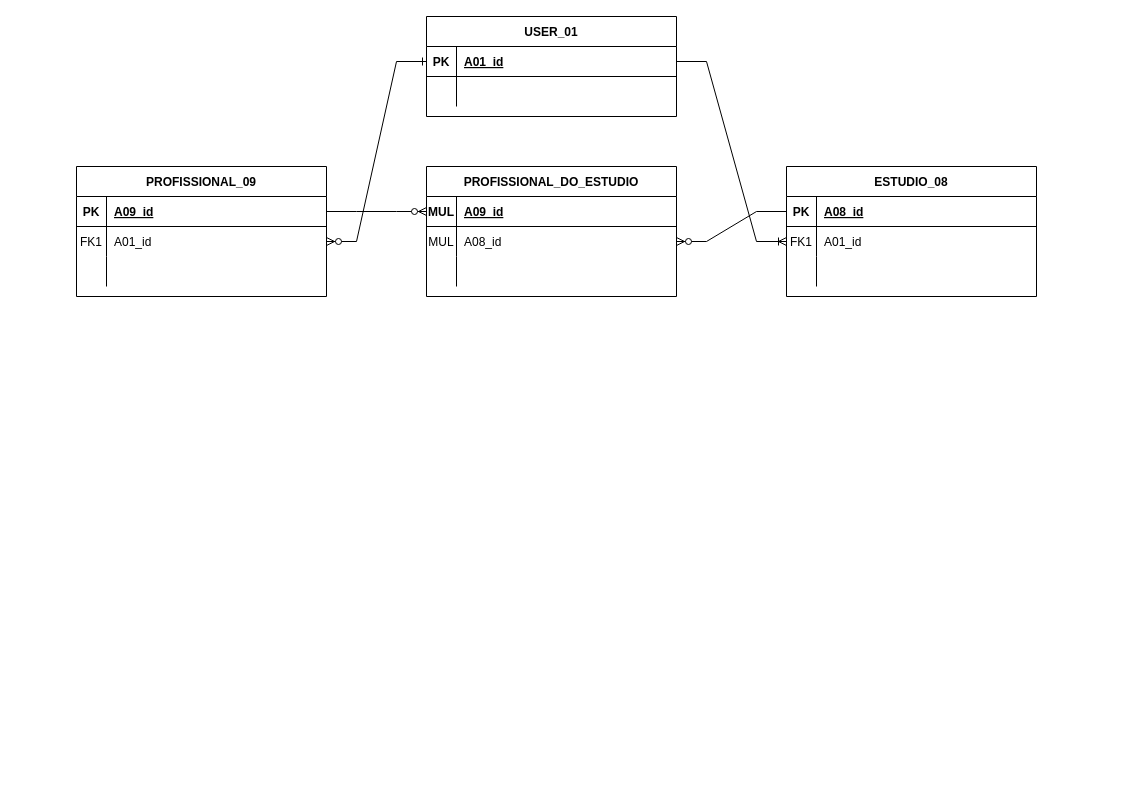
Earlier version of the draw.io diagram requirements/Diagrama ER TattooManager.drawio (PedroMerinoDev/tattoo_manager). Source tidied: cells renumbered, new cells numbered last; positions are measured from the earlier drawing's top-left corner, leaving out a move shared by most shapes. Both pictures are drawn from the tidied source at 100%, with x=0, y=0 at pixel (76, 16).
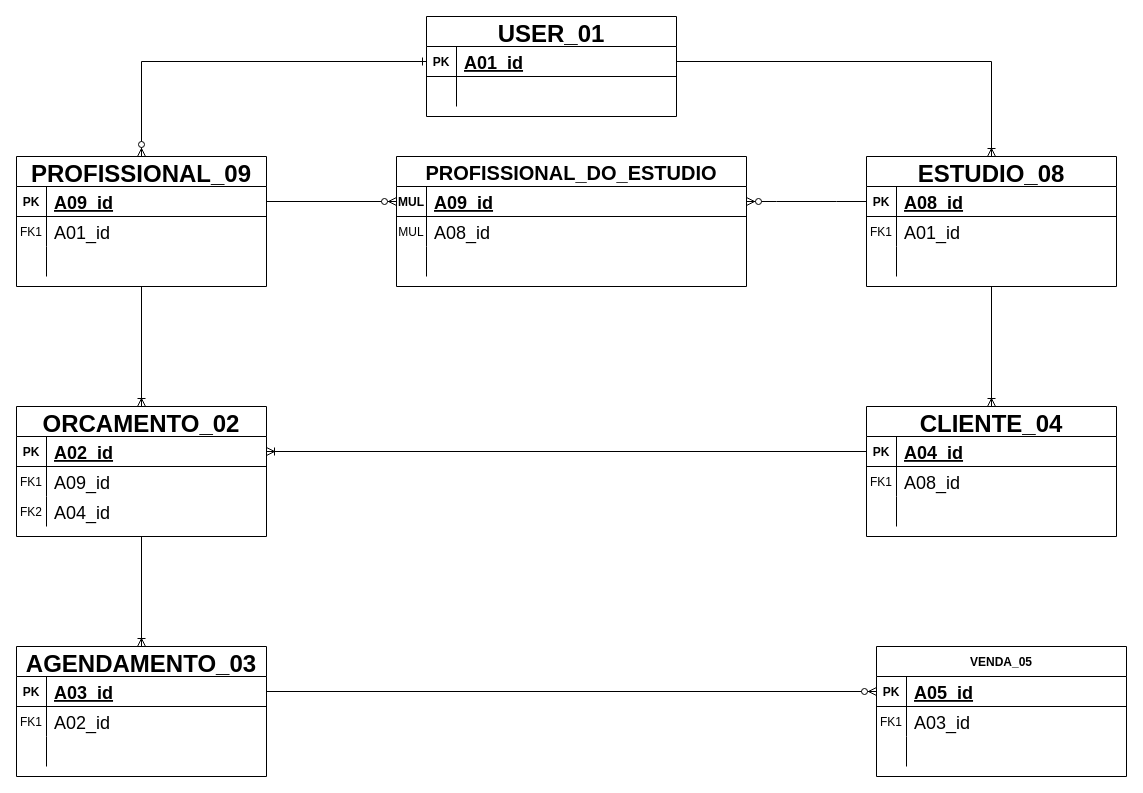
The same page after the edit.

The change refers to these unchanged cells:
```xml
<mxCell id="4" style="shape=partialRectangle;fillColor=none;points=[[0,0.5],[1,0.5]];portConstraint=eastwest;top=0;left=0;right=0;bottom=1;labelBackgroundColor=none;rounded=0;" parent="3" vertex="1">
  <mxGeometry y="30" width="250" height="30" as="geometry" />
</mxCell>
<mxCell id="7" style="shape=partialRectangle;fillColor=none;points=[[0,0.5],[1,0.5]];portConstraint=eastwest;top=0;left=0;right=0;bottom=0;labelBackgroundColor=none;rounded=0;" parent="3" vertex="1">
  <mxGeometry y="60" width="250" height="30" as="geometry" />
</mxCell>
<mxCell id="24" style="shape=partialRectangle;fillColor=none;points=[[0,0.5],[1,0.5]];portConstraint=eastwest;top=0;left=0;right=0;bottom=1;labelBackgroundColor=none;rounded=0;" parent="23" vertex="1">
  <mxGeometry y="30" width="250" height="30" as="geometry" />
</mxCell>
<mxCell id="32" style="shape=partialRectangle;fillColor=none;points=[[0,0.5],[1,0.5]];portConstraint=eastwest;top=0;left=0;right=0;bottom=1;labelBackgroundColor=none;rounded=0;" parent="31" vertex="1">
  <mxGeometry y="30" width="250" height="30" as="geometry" />
</mxCell>
<mxCell id="35" style="shape=partialRectangle;fillColor=none;points=[[0,0.5],[1,0.5]];portConstraint=eastwest;top=0;left=0;right=0;bottom=0;labelBackgroundColor=none;rounded=0;" parent="31" vertex="1">
  <mxGeometry y="60" width="250" height="30" as="geometry" />
</mxCell>
```

What changed in the source:
```diff
@@
-    <mxCell id="2" style="edgeStyle=entityRelationEdgeStyle;endArrow=ERzeroToMany;startArrow=ERone;endFill=1;startFill=0;labelBackgroundColor=none;fontColor=default;rounded=0;" parent="1" edge="1" source="24" target="7">
-      <mxGeometry relative="1" as="geometry">
-        <Array as="points">
-          <mxPoint x="300" y="140" />
-        </Array>
-      </mxGeometry>
+    <mxCell id="2" style="edgeStyle=orthogonalEdgeStyle;endArrow=ERzeroToMany;startArrow=ERone;endFill=1;startFill=0;labelBackgroundColor=none;fontColor=default;rounded=0;entryX=0.5;entryY=0;entryDx=0;entryDy=0;" parent="1" edge="1" source="24" target="3">
+      <mxGeometry relative="1" as="geometry" />
     </mxCell>
-    <mxCell id="3" value="PROFISSIONAL_09" style="shape=table;startSize=30;childLayout=tableLayout;rowLines=0;fontStyle=1;align=center;labelBackgroundColor=none;rounded=0;" parent="1" vertex="1">
-      <mxGeometry y="150" width="250" height="130" as="geometry" />
+    <mxCell id="3" value="PROFISSIONAL_09" style="shape=table;startSize=30;childLayout=tableLayout;rowLines=0;fontStyle=1;align=center;labelBackgroundColor=none;rounded=0;fontSize=24;" parent="1" vertex="1">
+      <mxGeometry x="-60" y="140" width="250" height="130" as="geometry" />
     </mxCell>
@@
-    <mxCell id="6" value="A09_id" style="shape=partialRectangle;overflow=hidden;fillColor=none;top=0;left=0;bottom=0;right=0;align=left;spacingLeft=6;fontStyle=5;labelBackgroundColor=none;rounded=0;" parent="4" vertex="1">
+    <mxCell id="6" value="A09_id" style="shape=partialRectangle;overflow=hidden;fillColor=none;top=0;left=0;bottom=0;right=0;align=left;spacingLeft=6;fontStyle=5;labelBackgroundColor=none;rounded=0;fontSize=18;" parent="4" vertex="1">
       <mxGeometry x="30" width="220" height="30" as="geometry" />
     </mxCell>
@@
-    <mxCell id="9" value="A01_id" style="shape=partialRectangle;overflow=hidden;fillColor=none;top=0;left=0;bottom=0;right=0;align=left;spacingLeft=6;labelBackgroundColor=none;rounded=0;" parent="7" vertex="1">
+    <mxCell id="9" value="A01_id" style="shape=partialRectangle;overflow=hidden;fillColor=none;top=0;left=0;bottom=0;right=0;align=left;spacingLeft=6;labelBackgroundColor=none;rounded=0;fontSize=18;" parent="7" vertex="1">
       <mxGeometry x="30" width="220" height="30" as="geometry" />
     </mxCell>
@@
-    <mxCell id="13" value="PROFISSIONAL_DO_ESTUDIO" style="shape=table;startSize=30;childLayout=tableLayout;rowLines=0;fontStyle=1;align=center;labelBackgroundColor=none;rounded=0;" parent="1" vertex="1">
-      <mxGeometry x="350" y="150" width="250" height="130" as="geometry" />
+    <mxCell id="13" value="PROFISSIONAL_DO_ESTUDIO" style="shape=table;startSize=30;childLayout=tableLayout;rowLines=0;fontStyle=1;align=center;labelBackgroundColor=none;rounded=0;fontSize=20;" parent="1" vertex="1">
+      <mxGeometry x="320" y="140" width="350" height="130" as="geometry" />
     </mxCell>
     <mxCell id="14" style="shape=partialRectangle;fillColor=none;points=[[0,0.5],[1,0.5]];portConstraint=eastwest;top=0;left=0;right=0;bottom=1;labelBackgroundColor=none;rounded=0;" parent="13" vertex="1">
-      <mxGeometry y="30" width="250" height="30" as="geometry" />
+      <mxGeometry y="30" width="350" height="30" as="geometry" />
     </mxCell>
@@
-    <mxCell id="16" value="A09_id" style="shape=partialRectangle;overflow=hidden;fillColor=none;top=0;left=0;bottom=0;right=0;align=left;spacingLeft=6;fontStyle=5;labelBackgroundColor=none;rounded=0;" parent="14" vertex="1">
-      <mxGeometry x="30" width="220" height="30" as="geometry" />
+    <mxCell id="16" value="A09_id" style="shape=partialRectangle;overflow=hidden;fillColor=none;top=0;left=0;bottom=0;right=0;align=left;spacingLeft=6;fontStyle=5;labelBackgroundColor=none;rounded=0;fontSize=18;" parent="14" vertex="1">
+      <mxGeometry x="30" width="320" height="30" as="geometry" />
     </mxCell>
     <mxCell id="17" style="shape=partialRectangle;fillColor=none;points=[[0,0.5],[1,0.5]];portConstraint=eastwest;top=0;left=0;right=0;bottom=0;labelBackgroundColor=none;rounded=0;" parent="13" vertex="1">
-      <mxGeometry y="60" width="250" height="30" as="geometry" />
+      <mxGeometry y="60" width="350" height="30" as="geometry" />
     </mxCell>
@@
-    <mxCell id="19" value="A08_id" style="shape=partialRectangle;overflow=hidden;fillColor=none;top=0;left=0;bottom=0;right=0;align=left;spacingLeft=6;labelBackgroundColor=none;rounded=0;" parent="17" vertex="1">
-      <mxGeometry x="30" width="220" height="30" as="geometry" />
+    <mxCell id="19" value="A08_id" style="shape=partialRectangle;overflow=hidden;fillColor=none;top=0;left=0;bottom=0;right=0;align=left;spacingLeft=6;labelBackgroundColor=none;rounded=0;fontSize=18;" parent="17" vertex="1">
+      <mxGeometry x="30" width="320" height="30" as="geometry" />
     </mxCell>
     <mxCell id="20" style="shape=partialRectangle;fillColor=none;top=0;left=0;right=0;bottom=0;labelBackgroundColor=none;rounded=0;" parent="13" vertex="1">
-      <mxGeometry y="90" width="250" height="30" as="geometry" />
+      <mxGeometry y="90" width="350" height="30" as="geometry" />
     </mxCell>
@@
     <mxCell id="22" style="shape=partialRectangle;overflow=hidden;fillColor=none;top=0;left=0;bottom=0;right=0;align=left;spacingLeft=6;labelBackgroundColor=none;rounded=0;" parent="20" vertex="1">
-      <mxGeometry x="30" width="220" height="30" as="geometry" />
+      <mxGeometry x="30" width="320" height="30" as="geometry" />
     </mxCell>
-    <mxCell id="23" value="USER_01" style="shape=table;startSize=30;childLayout=tableLayout;rowLines=0;fontStyle=1;align=center;labelBackgroundColor=none;rounded=0;" parent="1" vertex="1">
+    <mxCell id="23" value="USER_01" style="shape=table;startSize=30;childLayout=tableLayout;rowLines=0;fontStyle=1;align=center;labelBackgroundColor=none;rounded=0;fontSize=24;" parent="1" vertex="1">
       <mxGeometry x="350" width="250" height="100" as="geometry" />
     </mxCell>
@@
-    <mxCell id="26" value="A01_id" style="shape=partialRectangle;overflow=hidden;fillColor=none;top=0;left=0;bottom=0;right=0;align=left;spacingLeft=6;fontStyle=5;labelBackgroundColor=none;rounded=0;" parent="24" vertex="1">
+    <mxCell id="26" value="A01_id" style="shape=partialRectangle;overflow=hidden;fillColor=none;top=0;left=0;bottom=0;right=0;align=left;spacingLeft=6;fontStyle=5;labelBackgroundColor=none;rounded=0;fontSize=18;" parent="24" vertex="1">
       <mxGeometry x="30" width="220" height="30" as="geometry" />
     </mxCell>
@@
-    <mxCell id="30" style="edgeStyle=entityRelationEdgeStyle;fontSize=12;html=1;endArrow=ERzeroToMany;endFill=1;exitX=1;exitY=0.5;exitDx=0;exitDy=0;entryX=0;entryY=0.5;entryDx=0;entryDy=0;rounded=0;labelBackgroundColor=none;fontColor=default;" parent="1" edge="1" source="4" target="14">
-      <mxGeometry relative="1" as="geometry">
-        <Array as="points">
-          <mxPoint x="270" y="200" />
-        </Array>
-      </mxGeometry>
+    <mxCell id="30" style="fontSize=12;html=1;endArrow=ERzeroToMany;endFill=1;exitX=1;exitY=0.5;exitDx=0;exitDy=0;entryX=0;entryY=0.5;entryDx=0;entryDy=0;rounded=0;labelBackgroundColor=none;fontColor=default;" parent="1" edge="1" source="4" target="14">
+      <mxGeometry relative="1" as="geometry" />
     </mxCell>
-    <mxCell id="31" value="ESTUDIO_08" style="shape=table;startSize=30;childLayout=tableLayout;rowLines=0;fontStyle=1;align=center;labelBackgroundColor=none;rounded=0;" parent="1" vertex="1">
-      <mxGeometry x="710" y="150" width="250" height="130" as="geometry" />
+    <mxCell id="31" value="ESTUDIO_08" style="shape=table;startSize=30;childLayout=tableLayout;rowLines=0;fontStyle=1;align=center;labelBackgroundColor=none;rounded=0;fontSize=24;" parent="1" vertex="1">
+      <mxGeometry x="790" y="140" width="250" height="130" as="geometry" />
     </mxCell>
@@
-    <mxCell id="34" value="A08_id" style="shape=partialRectangle;overflow=hidden;fillColor=none;top=0;left=0;bottom=0;right=0;align=left;spacingLeft=6;fontStyle=5;labelBackgroundColor=none;rounded=0;" parent="32" vertex="1">
+    <mxCell id="34" value="A08_id" style="shape=partialRectangle;overflow=hidden;fillColor=none;top=0;left=0;bottom=0;right=0;align=left;spacingLeft=6;fontStyle=5;labelBackgroundColor=none;rounded=0;fontSize=18;" parent="32" vertex="1">
       <mxGeometry x="30" width="220" height="30" as="geometry" />
     </mxCell>
@@
-    <mxCell id="37" value="A01_id" style="shape=partialRectangle;overflow=hidden;fillColor=none;top=0;left=0;bottom=0;right=0;align=left;spacingLeft=6;labelBackgroundColor=none;rounded=0;" parent="35" vertex="1">
+    <mxCell id="37" value="A01_id" style="shape=partialRectangle;overflow=hidden;fillColor=none;top=0;left=0;bottom=0;right=0;align=left;spacingLeft=6;labelBackgroundColor=none;rounded=0;fontSize=18;" parent="35" vertex="1">
       <mxGeometry x="30" width="220" height="30" as="geometry" />
     </mxCell>
@@
-    <mxCell id="41" style="edgeStyle=entityRelationEdgeStyle;fontSize=12;html=1;endArrow=ERoneToMany;exitX=1;exitY=0.5;exitDx=0;exitDy=0;entryX=0;entryY=0.5;entryDx=0;entryDy=0;rounded=0;labelBackgroundColor=none;fontColor=default;" parent="1" edge="1" source="24" target="35">
+    <mxCell id="41" style="edgeStyle=orthogonalEdgeStyle;fontSize=12;html=1;endArrow=ERoneToMany;exitX=1;exitY=0.5;exitDx=0;exitDy=0;entryX=0.5;entryY=0;entryDx=0;entryDy=0;rounded=0;labelBackgroundColor=none;fontColor=default;" parent="1" edge="1" source="24" target="31">
       <mxGeometry relative="1" as="geometry" />
     </mxCell>
-    <mxCell id="42" style="edgeStyle=entityRelationEdgeStyle;fontSize=12;html=1;endArrow=ERzeroToMany;endFill=1;exitX=0;exitY=0.5;exitDx=0;exitDy=0;entryX=1;entryY=0.5;entryDx=0;entryDy=0;rounded=0;labelBackgroundColor=none;fontColor=default;" parent="1" edge="1" source="32" target="17">
+    <mxCell id="42" style="edgeStyle=entityRelationEdgeStyle;fontSize=12;html=1;endArrow=ERzeroToMany;endFill=1;exitX=0;exitY=0.5;exitDx=0;exitDy=0;entryX=1;entryY=0.5;entryDx=0;entryDy=0;rounded=0;labelBackgroundColor=none;fontColor=default;" parent="1" edge="1" source="32" target="14">
       <mxGeometry relative="1" as="geometry" />
     </mxCell>
+    <mxCell id="43" value="ORCAMENTO_02" style="shape=table;startSize=30;childLayout=tableLayout;rowLines=0;fontStyle=1;align=center;labelBackgroundColor=none;rounded=0;fontSize=24;" parent="1" vertex="1">
+      <mxGeometry x="-60" y="390" width="250" height="130" as="geometry" />
+    </mxCell>
+    <mxCell id="44" style="shape=partialRectangle;fillColor=none;points=[[0,0.5],[1,0.5]];portConstraint=eastwest;top=0;left=0;right=0;bottom=1;labelBackgroundColor=none;rounded=0;" parent="43" vertex="1">
+      <mxGeometry y="30" width="250" height="30" as="geometry" />
+    </mxCell>
+    <mxCell id="45" value="PK" style="shape=partialRectangle;overflow=hidden;fillColor=none;top=0;left=0;bottom=0;right=0;fontStyle=1;labelBackgroundColor=none;rounded=0;" parent="44" vertex="1">
+      <mxGeometry width="30" height="30" as="geometry" />
+    </mxCell>
+    <mxCell id="46" value="A02_id" style="shape=partialRectangle;overflow=hidden;fillColor=none;top=0;left=0;bottom=0;right=0;align=left;spacingLeft=6;fontStyle=5;labelBackgroundColor=none;rounded=0;fontSize=18;" parent="44" vertex="1">
+      <mxGeometry x="30" width="220" height="30" as="geometry" />
+    </mxCell>
+    <mxCell id="47" style="shape=partialRectangle;fillColor=none;top=0;left=0;right=0;bottom=0;labelBackgroundColor=none;rounded=0;" parent="43" vertex="1">
+      <mxGeometry y="60" width="250" height="30" as="geometry" />
+    </mxCell>
+    <mxCell id="48" value="FK1" style="shape=partialRectangle;overflow=hidden;fillColor=none;top=0;left=0;bottom=0;right=0;labelBackgroundColor=none;rounded=0;" parent="47" vertex="1">
+      <mxGeometry width="30" height="30" as="geometry" />
+    </mxCell>
+    <mxCell id="49" value="A09_id" style="shape=partialRectangle;overflow=hidden;fillColor=none;top=0;left=0;bottom=0;right=0;align=left;spacingLeft=6;labelBackgroundColor=none;rounded=0;fontSize=18;" parent="47" vertex="1">
+      <mxGeometry x="30" width="220" height="30" as="geometry" />
+    </mxCell>
+    <mxCell id="50" style="shape=partialRectangle;fillColor=none;top=0;left=0;right=0;bottom=0;labelBackgroundColor=none;rounded=0;" parent="43" vertex="1">
+      <mxGeometry y="90" width="250" height="30" as="geometry" />
+    </mxCell>
+    <mxCell id="51" value="FK2" style="shape=partialRectangle;overflow=hidden;fillColor=none;top=0;left=0;bottom=0;right=0;labelBackgroundColor=none;rounded=0;" parent="50" vertex="1">
+      <mxGeometry width="30" height="30" as="geometry" />
+    </mxCell>
+    <mxCell id="52" value="A04_id" style="shape=partialRectangle;overflow=hidden;fillColor=none;top=0;left=0;bottom=0;right=0;align=left;spacingLeft=6;labelBackgroundColor=none;rounded=0;fontSize=18;" parent="50" vertex="1">
+      <mxGeometry x="30" width="220" height="30" as="geometry" />
+    </mxCell>
+    <mxCell id="53" value="CLIENTE_04" style="shape=table;startSize=30;childLayout=tableLayout;rowLines=0;fontStyle=1;align=center;labelBackgroundColor=none;rounded=0;fontSize=24;" parent="1" vertex="1">
+      <mxGeometry x="790" y="390" width="250" height="130" as="geometry" />
+    </mxCell>
+    <mxCell id="54" style="shape=partialRectangle;fillColor=none;points=[[0,0.5],[1,0.5]];portConstraint=eastwest;top=0;left=0;right=0;bottom=1;labelBackgroundColor=none;rounded=0;" parent="53" vertex="1">
+      <mxGeometry y="30" width="250" height="30" as="geometry" />
+    </mxCell>
+    <mxCell id="55" value="PK" style="shape=partialRectangle;overflow=hidden;fillColor=none;top=0;left=0;bottom=0;right=0;fontStyle=1;labelBackgroundColor=none;rounded=0;" parent="54" vertex="1">
+      <mxGeometry width="30" height="30" as="geometry" />
+    </mxCell>
+    <mxCell id="56" value="A04_id" style="shape=partialRectangle;overflow=hidden;fillColor=none;top=0;left=0;bottom=0;right=0;align=left;spacingLeft=6;fontStyle=5;labelBackgroundColor=none;rounded=0;fontSize=18;" parent="54" vertex="1">
+      <mxGeometry x="30" width="220" height="30" as="geometry" />
+    </mxCell>
+    <mxCell id="57" style="shape=partialRectangle;fillColor=none;top=0;left=0;right=0;bottom=0;labelBackgroundColor=none;rounded=0;" parent="53" vertex="1">
+      <mxGeometry y="60" width="250" height="30" as="geometry" />
+    </mxCell>
+    <mxCell id="58" value="FK1" style="shape=partialRectangle;overflow=hidden;fillColor=none;top=0;left=0;bottom=0;right=0;labelBackgroundColor=none;rounded=0;" parent="57" vertex="1">
+      <mxGeometry width="30" height="30" as="geometry" />
+    </mxCell>
+    <mxCell id="59" value="A08_id" style="shape=partialRectangle;overflow=hidden;fillColor=none;top=0;left=0;bottom=0;right=0;align=left;spacingLeft=6;labelBackgroundColor=none;rounded=0;fontSize=18;" parent="57" vertex="1">
+      <mxGeometry x="30" width="220" height="30" as="geometry" />
+    </mxCell>
+    <mxCell id="60" style="shape=partialRectangle;fillColor=none;top=0;left=0;right=0;bottom=0;labelBackgroundColor=none;rounded=0;" parent="53" vertex="1">
+      <mxGeometry y="90" width="250" height="30" as="geometry" />
+    </mxCell>
+    <mxCell id="61" style="shape=partialRectangle;overflow=hidden;fillColor=none;top=0;left=0;bottom=0;right=0;labelBackgroundColor=none;rounded=0;" parent="60" vertex="1">
+      <mxGeometry width="30" height="30" as="geometry" />
+    </mxCell>
+    <mxCell id="62" style="shape=partialRectangle;overflow=hidden;fillColor=none;top=0;left=0;bottom=0;right=0;align=left;spacingLeft=6;labelBackgroundColor=none;rounded=0;" parent="60" vertex="1">
+      <mxGeometry x="30" width="220" height="30" as="geometry" />
+    </mxCell>
+    <mxCell id="63" style="fontSize=12;html=1;endArrow=ERoneToMany;rounded=0;exitX=0.5;exitY=1;exitDx=0;exitDy=0;entryX=0.5;entryY=0;entryDx=0;entryDy=0;" parent="1" edge="1" source="31" target="53">
+      <mxGeometry relative="1" as="geometry" />
+    </mxCell>
+    <mxCell id="64" style="fontSize=12;html=1;endArrow=ERoneToMany;rounded=0;exitX=0;exitY=0.5;exitDx=0;exitDy=0;entryX=1;entryY=0.5;entryDx=0;entryDy=0;" parent="1" edge="1" source="54" target="44">
+      <mxGeometry relative="1" as="geometry" />
+    </mxCell>
+    <mxCell id="65" style="fontSize=12;html=1;endArrow=ERoneToMany;exitX=0.5;exitY=1;exitDx=0;exitDy=0;rounded=0;labelBackgroundColor=none;fontColor=default;edgeStyle=elbowEdgeStyle;entryX=0.5;entryY=0;entryDx=0;entryDy=0;" parent="1" edge="1" source="3" target="43">
+      <mxGeometry relative="1" as="geometry" />
+    </mxCell>
+    <mxCell id="66" value="AGENDAMENTO_03" style="shape=table;startSize=30;childLayout=tableLayout;rowLines=0;fontStyle=1;align=center;labelBackgroundColor=none;rounded=0;fontSize=24;" parent="1" vertex="1">
+      <mxGeometry x="-60" y="630" width="250" height="130" as="geometry" />
+    </mxCell>
+    <mxCell id="67" style="shape=partialRectangle;fillColor=none;points=[[0,0.5],[1,0.5]];portConstraint=eastwest;top=0;left=0;right=0;bottom=1;labelBackgroundColor=none;rounded=0;" parent="66" vertex="1">
+      <mxGeometry y="30" width="250" height="30" as="geometry" />
+    </mxCell>
+    <mxCell id="68" value="PK" style="shape=partialRectangle;overflow=hidden;fillColor=none;top=0;left=0;bottom=0;right=0;fontStyle=1;labelBackgroundColor=none;rounded=0;" parent="67" vertex="1">
+      <mxGeometry width="30" height="30" as="geometry" />
+    </mxCell>
+    <mxCell id="69" value="A03_id" style="shape=partialRectangle;overflow=hidden;fillColor=none;top=0;left=0;bottom=0;right=0;align=left;spacingLeft=6;fontStyle=5;labelBackgroundColor=none;rounded=0;fontSize=18;" parent="67" vertex="1">
+      <mxGeometry x="30" width="220" height="30" as="geometry" />
+    </mxCell>
+    <mxCell id="70" style="shape=partialRectangle;fillColor=none;top=0;left=0;right=0;bottom=0;labelBackgroundColor=none;rounded=0;" parent="66" vertex="1">
+      <mxGeometry y="60" width="250" height="30" as="geometry" />
+    </mxCell>
+    <mxCell id="71" value="FK1" style="shape=partialRectangle;overflow=hidden;fillColor=none;top=0;left=0;bottom=0;right=0;labelBackgroundColor=none;rounded=0;" parent="70" vertex="1">
+      <mxGeometry width="30" height="30" as="geometry" />
+    </mxCell>
+    <mxCell id="72" value="A02_id" style="shape=partialRectangle;overflow=hidden;fillColor=none;top=0;left=0;bottom=0;right=0;align=left;spacingLeft=6;labelBackgroundColor=none;rounded=0;fontSize=18;" parent="70" vertex="1">
+      <mxGeometry x="30" width="220" height="30" as="geometry" />
+    </mxCell>
+    <mxCell id="73" style="shape=partialRectangle;fillColor=none;top=0;left=0;right=0;bottom=0;labelBackgroundColor=none;rounded=0;" parent="66" vertex="1">
+      <mxGeometry y="90" width="250" height="30" as="geometry" />
+    </mxCell>
+    <mxCell id="74" style="shape=partialRectangle;overflow=hidden;fillColor=none;top=0;left=0;bottom=0;right=0;labelBackgroundColor=none;rounded=0;" parent="73" vertex="1">
+      <mxGeometry width="30" height="30" as="geometry" />
+    </mxCell>
+    <mxCell id="75" style="shape=partialRectangle;overflow=hidden;fillColor=none;top=0;left=0;bottom=0;right=0;align=left;spacingLeft=6;labelBackgroundColor=none;rounded=0;" parent="73" vertex="1">
+      <mxGeometry x="30" width="220" height="30" as="geometry" />
+    </mxCell>
+    <mxCell id="76" value="VENDA_05" style="shape=table;startSize=30;childLayout=tableLayout;rowLines=0;fontStyle=1;align=center;labelBackgroundColor=none;rounded=0;" parent="1" vertex="1">
+      <mxGeometry x="800" y="630" width="250" height="130" as="geometry" />
+    </mxCell>
+    <mxCell id="77" style="shape=partialRectangle;fillColor=none;points=[[0,0.5],[1,0.5]];portConstraint=eastwest;top=0;left=0;right=0;bottom=1;labelBackgroundColor=none;rounded=0;" parent="76" vertex="1">
+      <mxGeometry y="30" width="250" height="30" as="geometry" />
+    </mxCell>
+    <mxCell id="78" value="PK" style="shape=partialRectangle;overflow=hidden;fillColor=none;top=0;left=0;bottom=0;right=0;fontStyle=1;labelBackgroundColor=none;rounded=0;" parent="77" vertex="1">
+      <mxGeometry width="30" height="30" as="geometry" />
+    </mxCell>
+    <mxCell id="79" value="A05_id" style="shape=partialRectangle;overflow=hidden;fillColor=none;top=0;left=0;bottom=0;right=0;align=left;spacingLeft=6;fontStyle=5;labelBackgroundColor=none;rounded=0;fontSize=18;" parent="77" vertex="1">
+      <mxGeometry x="30" width="220" height="30" as="geometry" />
+    </mxCell>
+    <mxCell id="80" style="shape=partialRectangle;fillColor=none;top=0;left=0;right=0;bottom=0;labelBackgroundColor=none;rounded=0;" parent="76" vertex="1">
+      <mxGeometry y="60" width="250" height="30" as="geometry" />
+    </mxCell>
+    <mxCell id="81" value="FK1" style="shape=partialRectangle;overflow=hidden;fillColor=none;top=0;left=0;bottom=0;right=0;labelBackgroundColor=none;rounded=0;" parent="80" vertex="1">
+      <mxGeometry width="30" height="30" as="geometry" />
+    </mxCell>
+    <mxCell id="82" value="A03_id" style="shape=partialRectangle;overflow=hidden;fillColor=none;top=0;left=0;bottom=0;right=0;align=left;spacingLeft=6;labelBackgroundColor=none;rounded=0;fontSize=18;" parent="80" vertex="1">
+      <mxGeometry x="30" width="220" height="30" as="geometry" />
+    </mxCell>
+    <mxCell id="83" style="shape=partialRectangle;fillColor=none;top=0;left=0;right=0;bottom=0;labelBackgroundColor=none;rounded=0;" parent="76" vertex="1">
+      <mxGeometry y="90" width="250" height="30" as="geometry" />
+    </mxCell>
+    <mxCell id="84" style="shape=partialRectangle;overflow=hidden;fillColor=none;top=0;left=0;bottom=0;right=0;labelBackgroundColor=none;rounded=0;" parent="83" vertex="1">
+      <mxGeometry width="30" height="30" as="geometry" />
+    </mxCell>
+    <mxCell id="85" style="shape=partialRectangle;overflow=hidden;fillColor=none;top=0;left=0;bottom=0;right=0;align=left;spacingLeft=6;labelBackgroundColor=none;rounded=0;" parent="83" vertex="1">
+      <mxGeometry x="30" width="220" height="30" as="geometry" />
+    </mxCell>
+    <mxCell id="86" style="fontSize=12;html=1;endArrow=ERoneToMany;exitX=0.5;exitY=1;exitDx=0;exitDy=0;rounded=0;labelBackgroundColor=none;fontColor=default;entryX=0.5;entryY=0;entryDx=0;entryDy=0;" parent="1" edge="1" source="43" target="66">
+      <mxGeometry relative="1" as="geometry" />
+    </mxCell>
+    <mxCell id="87" style="fontSize=12;html=1;endArrow=ERzeroToMany;endFill=1;exitX=1;exitY=0.5;exitDx=0;exitDy=0;entryX=0;entryY=0.5;entryDx=0;entryDy=0;rounded=0;labelBackgroundColor=none;fontColor=default;" parent="1" edge="1" source="67" target="77">
+      <mxGeometry relative="1" as="geometry" />
+    </mxCell>
```
